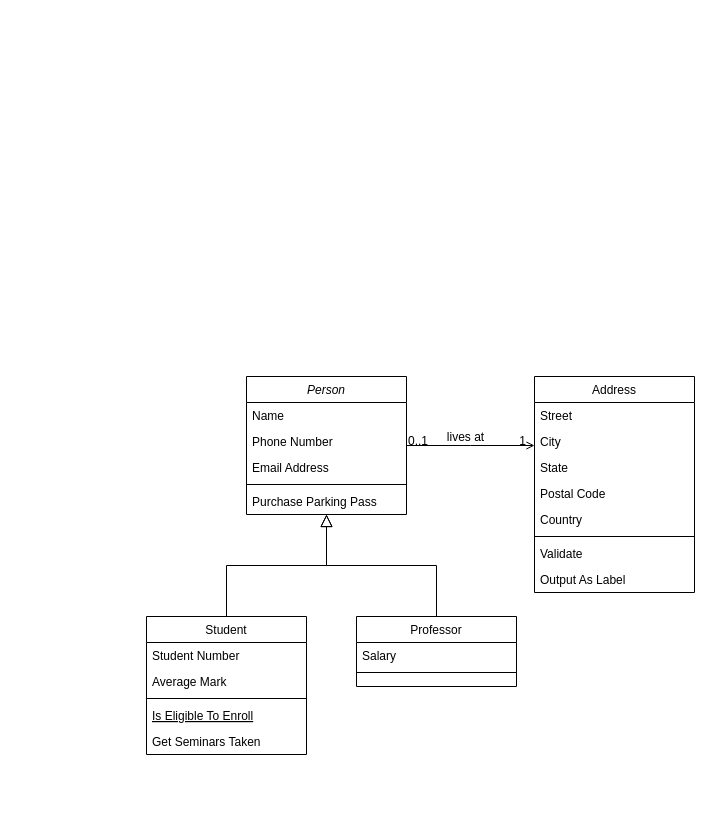
This is Untitled Diagram.drawio from Lies20/backend, a draw.io file, before an edit. Source tidied: cells renumbered, new cells numbered last; positions are measured from the earlier drawing's top-left corner, leaving out a move shared by most shapes. Both pictures are drawn from the tidied source at 100%, with x=0, y=0 at pixel (146, 376).
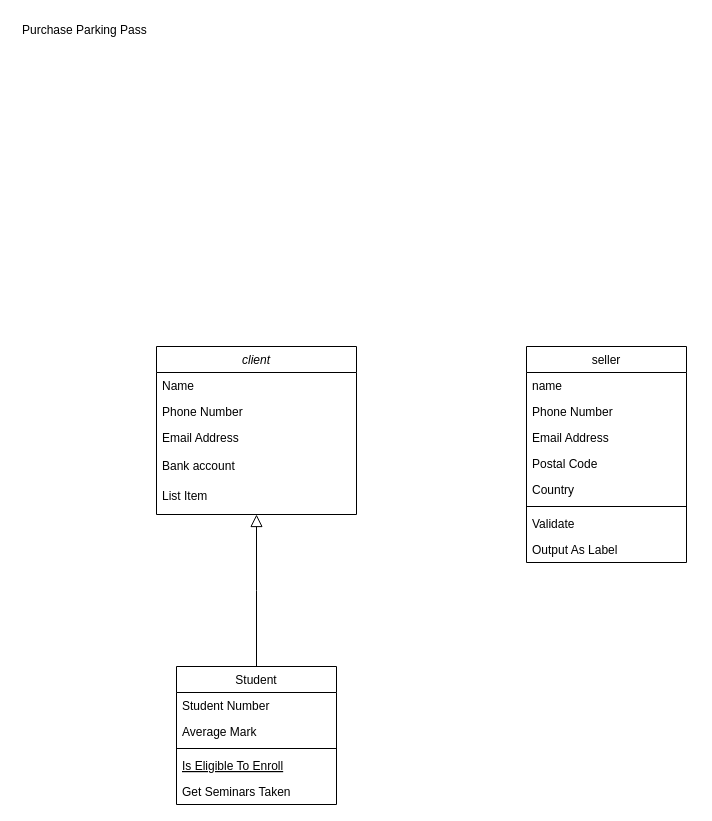
Above is the later version.

The edit, as a diff of the source:
```diff
@@
-    <mxCell id="2" value="Person" style="swimlane;fontStyle=2;align=center;verticalAlign=top;horizontal=1;startSize=26;rounded=0;shadow=0;strokeWidth=1;" parent="1" vertex="1">
-      <mxGeometry x="100" width="160" height="138" as="geometry" />
+    <mxCell id="2" value="client" style="swimlane;fontStyle=2;align=center;verticalAlign=top;horizontal=1;startSize=26;rounded=0;shadow=0;strokeWidth=1;" parent="1" vertex="1">
+      <mxGeometry x="10" y="-30" width="200" height="168" as="geometry" />
     </mxCell>
     <mxCell id="3" value="Name" style="text;align=left;verticalAlign=top;spacingLeft=4;spacingRight=4;overflow=hidden;" parent="2" vertex="1">
-      <mxGeometry y="26" width="160" height="26" as="geometry" />
+      <mxGeometry y="26" width="200" height="26" as="geometry" />
     </mxCell>
     <mxCell id="4" value="Phone Number" style="text;align=left;verticalAlign=top;spacingLeft=4;spacingRight=4;overflow=hidden;rounded=0;shadow=0;html=0;" parent="2" vertex="1">
-      <mxGeometry y="52" width="160" height="26" as="geometry" />
+      <mxGeometry y="52" width="200" height="26" as="geometry" />
     </mxCell>
     <mxCell id="5" value="Email Address" style="text;align=left;verticalAlign=top;spacingLeft=4;spacingRight=4;overflow=hidden;rounded=0;shadow=0;html=0;" parent="2" vertex="1">
-      <mxGeometry y="78" width="160" height="26" as="geometry" />
+      <mxGeometry y="78" width="200" height="26" as="geometry" />
     </mxCell>
-    <mxCell id="6" style="line;html=1;strokeWidth=1;align=left;verticalAlign=middle;spacingTop=-1;spacingLeft=3;spacingRight=3;labelPosition=right;" parent="2" vertex="1">
-      <mxGeometry y="104" width="160" height="8" as="geometry" />
-    </mxCell>
-    <mxCell id="7" value="Purchase Parking Pass" style="text;align=left;verticalAlign=top;spacingLeft=4;spacingRight=4;overflow=hidden;" parent="2" vertex="1">
-      <mxGeometry y="112" width="160" height="26" as="geometry" />
-    </mxCell>
+    <mxCell id="32" value="Bank account" style="text;strokeColor=none;fillColor=none;align=left;verticalAlign=middle;spacingLeft=4;spacingRight=4;overflow=hidden;" parent="2" vertex="1">
+      <mxGeometry y="104" width="200" height="30" as="geometry" />
+    </mxCell>
+    <mxCell id="33" value="List Item" style="text;strokeColor=none;fillColor=none;align=left;verticalAlign=middle;spacingLeft=4;spacingRight=4;overflow=hidden;" parent="2" vertex="1">
+      <mxGeometry y="134" width="200" height="30" as="geometry" />
+    </mxCell>
     <mxCell id="8" value="Student" style="swimlane;fontStyle=0;align=center;verticalAlign=top;horizontal=1;startSize=26;rounded=0;shadow=0;strokeWidth=1;" parent="1" vertex="1">
-      <mxGeometry y="240" width="160" height="138" as="geometry" />
+      <mxGeometry x="30" y="290" width="160" height="138" as="geometry" />
     </mxCell>
@@
-    <mxCell id="15" value="Professor" style="swimlane;fontStyle=0;align=center;verticalAlign=top;horizontal=1;startSize=26;rounded=0;shadow=0;strokeWidth=1;" parent="1" vertex="1">
-      <mxGeometry x="210" y="240" width="160" height="70" as="geometry" />
-    </mxCell>
-    <mxCell id="16" value="Salary" style="text;align=left;verticalAlign=top;spacingLeft=4;spacingRight=4;overflow=hidden;" parent="15" vertex="1">
-      <mxGeometry y="26" width="160" height="26" as="geometry" />
-    </mxCell>
-    <mxCell id="17" style="line;html=1;strokeWidth=1;align=left;verticalAlign=middle;spacingTop=-1;spacingLeft=3;spacingRight=3;labelPosition=right;" parent="15" vertex="1">
-      <mxGeometry y="52" width="160" height="8" as="geometry" />
-    </mxCell>
-    <mxCell id="18" style="endArrow=block;endSize=10;endFill=0;shadow=0;strokeWidth=1;rounded=0;edgeStyle=elbowEdgeStyle;elbow=vertical;" parent="1" edge="1" source="15" target="2">
-      <mxGeometry relative="1" as="geometry" />
-    </mxCell>
-    <mxCell id="19" value="Address" style="swimlane;fontStyle=0;align=center;verticalAlign=top;horizontal=1;startSize=26;rounded=0;shadow=0;strokeWidth=1;" parent="1" vertex="1">
-      <mxGeometry x="388" width="160" height="216" as="geometry" />
+    <mxCell id="19" value="seller" style="swimlane;fontStyle=0;align=center;verticalAlign=top;horizontal=1;startSize=26;rounded=0;shadow=0;strokeWidth=1;" parent="1" vertex="1">
+      <mxGeometry x="380" y="-30" width="160" height="216" as="geometry" />
     </mxCell>
-    <mxCell id="20" value="Street" style="text;align=left;verticalAlign=top;spacingLeft=4;spacingRight=4;overflow=hidden;" parent="19" vertex="1">
+    <mxCell id="20" value="name" style="text;align=left;verticalAlign=top;spacingLeft=4;spacingRight=4;overflow=hidden;" parent="19" vertex="1">
       <mxGeometry y="26" width="160" height="26" as="geometry" />
     </mxCell>
-    <mxCell id="21" value="City" style="text;align=left;verticalAlign=top;spacingLeft=4;spacingRight=4;overflow=hidden;rounded=0;shadow=0;html=0;" parent="19" vertex="1">
+    <mxCell id="21" value="Phone Number" style="text;align=left;verticalAlign=top;spacingLeft=4;spacingRight=4;overflow=hidden;rounded=0;shadow=0;html=0;" parent="19" vertex="1">
       <mxGeometry y="52" width="160" height="26" as="geometry" />
     </mxCell>
-    <mxCell id="22" value="State" style="text;align=left;verticalAlign=top;spacingLeft=4;spacingRight=4;overflow=hidden;rounded=0;shadow=0;html=0;" parent="19" vertex="1">
+    <mxCell id="22" value="Email Address" style="text;align=left;verticalAlign=top;spacingLeft=4;spacingRight=4;overflow=hidden;rounded=0;shadow=0;html=0;" parent="19" vertex="1">
       <mxGeometry y="78" width="160" height="26" as="geometry" />
     </mxCell>
@@
-    <mxCell id="28" style="endArrow=open;shadow=0;strokeWidth=1;rounded=0;endFill=1;edgeStyle=elbowEdgeStyle;elbow=vertical;" parent="1" edge="1" source="2" target="19">
-      <mxGeometry x="0.5" y="41" relative="1" as="geometry">
-        <mxPoint x="-40" y="32" as="offset" />
-      </mxGeometry>
-    </mxCell>
-    <mxCell id="29" value="0..1" style="align=left;verticalAlign=bottom;labelBackgroundColor=none;fontSize=12;" parent="28" vertex="1">
-      <mxGeometry x="-1" relative="1" as="geometry">
-        <mxPoint y="4" as="offset" />
-      </mxGeometry>
-    </mxCell>
-    <mxCell id="30" value="1" style="align=right;verticalAlign=bottom;labelBackgroundColor=none;fontSize=12;" parent="28" vertex="1">
-      <mxGeometry x="1" relative="1" as="geometry">
-        <mxPoint x="-7" y="4" as="offset" />
-      </mxGeometry>
-    </mxCell>
-    <mxCell id="31" value="lives at" style="text;html=1;align=center;verticalAlign=middle;labelBackgroundColor=none;rounded=0;shadow=0;strokeWidth=1;fontSize=12;" parent="28" vertex="1">
-      <mxGeometry x="0.5" y="49" relative="1" as="geometry">
-        <mxPoint x="-38" y="40" as="offset" />
-      </mxGeometry>
-    </mxCell>
+    <mxCell id="7" value="Purchase Parking Pass" style="text;align=left;verticalAlign=top;spacingLeft=4;spacingRight=4;overflow=hidden;" parent="1" vertex="1">
+      <mxGeometry x="-130" y="-360" width="160" height="26" as="geometry" />
+    </mxCell>
```
